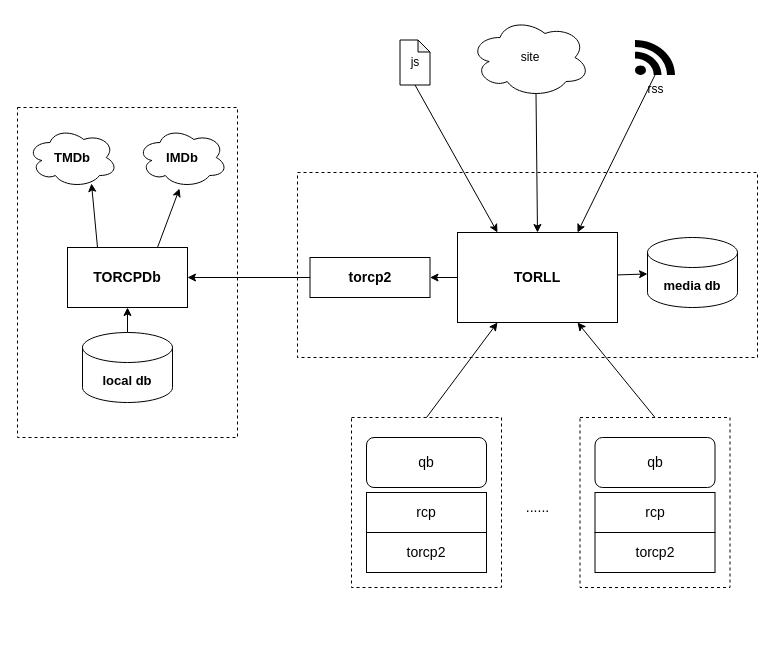
This is torcpdb.drawio from ccf-2012/torcpdb, a draw.io file, before an edit. Source tidied: cells renumbered, new cells numbered last; positions are measured from the earlier drawing's top-left corner, leaving out a move shared by most shapes. Both pictures are drawn from the tidied source at 100%, with x=0, y=0 at pixel (17, 17).
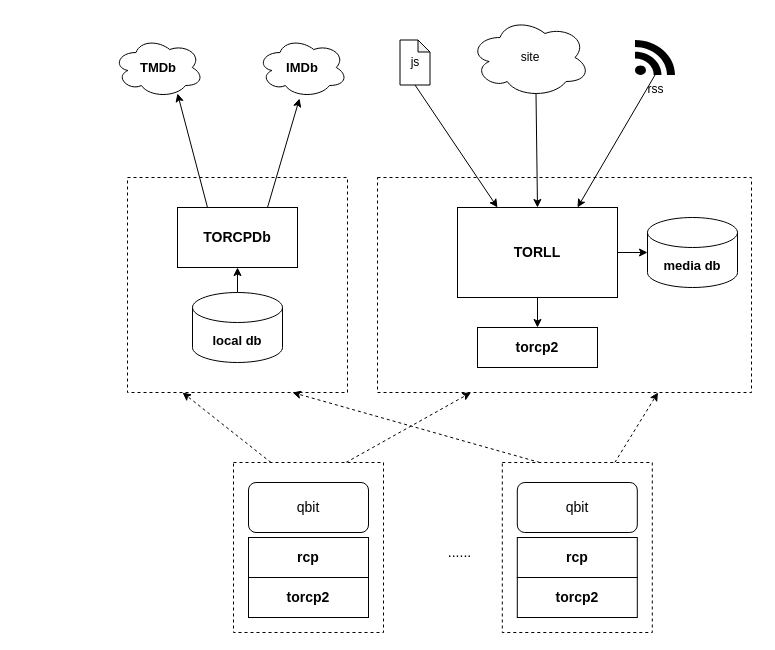
The same diagram, later.

Change to the diagram source:
```diff
@@
     <mxCell id="2" style="rounded=0;whiteSpace=wrap;html=1;dashed=1;fontSize=13;" parent="1" vertex="1">
-      <mxGeometry x="280" y="155" width="460" height="185" as="geometry" />
+      <mxGeometry x="360" y="160" width="374" height="215" as="geometry" />
     </mxCell>
+    <mxCell id="34" style="edgeStyle=none;html=1;exitX=0.25;exitY=0;exitDx=0;exitDy=0;entryX=0.25;entryY=1;entryDx=0;entryDy=0;dashed=1;" parent="1" edge="1" source="3" target="4">
+      <mxGeometry relative="1" as="geometry" />
+    </mxCell>
+    <mxCell id="35" style="edgeStyle=none;html=1;exitX=0.75;exitY=0;exitDx=0;exitDy=0;entryX=0.25;entryY=1;entryDx=0;entryDy=0;dashed=1;" parent="1" edge="1" source="3" target="2">
+      <mxGeometry relative="1" as="geometry" />
+    </mxCell>
     <mxCell id="3" style="rounded=0;whiteSpace=wrap;html=1;dashed=1;" parent="1" vertex="1">
-      <mxGeometry x="334" y="400" width="150" height="170" as="geometry" />
+      <mxGeometry x="216" y="445" width="150" height="170" as="geometry" />
     </mxCell>
     <mxCell id="4" style="rounded=0;whiteSpace=wrap;html=1;dashed=1;" parent="1" vertex="1">
-      <mxGeometry y="90" width="220" height="330" as="geometry" />
+      <mxGeometry x="110" y="160" width="220" height="215" as="geometry" />
     </mxCell>
-    <mxCell id="5" style="edgeStyle=none;html=1;entryX=1;entryY=0.5;entryDx=0;entryDy=0;" parent="1" edge="1" source="6" target="9">
-      <mxGeometry relative="1" as="geometry" />
-    </mxCell>
     <mxCell id="6" value="&lt;b&gt;&lt;font style=&quot;font-size: 14px;&quot;&gt;torcp2&lt;/font&gt;&lt;/b&gt;" style="rounded=0;whiteSpace=wrap;html=1;" parent="1" vertex="1">
-      <mxGeometry x="292.5" y="240" width="120" height="40" as="geometry" />
+      <mxGeometry x="460" y="310" width="120" height="40" as="geometry" />
     </mxCell>
@@
     <mxCell id="9" value="TORCPDb" style="rounded=0;whiteSpace=wrap;html=1;fontStyle=1;fontSize=14;" parent="1" vertex="1">
-      <mxGeometry x="50" y="230" width="120" height="60" as="geometry" />
+      <mxGeometry x="160" y="190" width="120" height="60" as="geometry" />
     </mxCell>
@@
     <mxCell id="11" value="local db" style="shape=cylinder3;whiteSpace=wrap;html=1;boundedLbl=1;backgroundOutline=1;size=15;fontStyle=1;fontSize=13;" parent="1" vertex="1">
-      <mxGeometry x="65" y="315" width="90" height="70" as="geometry" />
+      <mxGeometry x="175" y="275" width="90" height="70" as="geometry" />
     </mxCell>
     <mxCell id="12" value="TMDb" style="ellipse;shape=cloud;whiteSpace=wrap;html=1;fontStyle=1;fontSize=13;" parent="1" vertex="1">
-      <mxGeometry x="10" y="110" width="90" height="60" as="geometry" />
+      <mxGeometry x="96" y="20" width="90" height="60" as="geometry" />
     </mxCell>
     <mxCell id="13" value="IMDb" style="ellipse;shape=cloud;whiteSpace=wrap;html=1;fontStyle=1;fontSize=13;" parent="1" vertex="1">
-      <mxGeometry x="120" y="110" width="90" height="60" as="geometry" />
+      <mxGeometry x="240" y="20" width="90" height="60" as="geometry" />
     </mxCell>
-    <mxCell id="14" style="edgeStyle=none;html=1;exitX=0;exitY=0.5;exitDx=0;exitDy=0;entryX=1;entryY=0.5;entryDx=0;entryDy=0;" parent="1" edge="1" source="17" target="6">
+    <mxCell id="14" style="edgeStyle=none;html=1;exitX=0.5;exitY=1;exitDx=0;exitDy=0;entryX=0.5;entryY=0;entryDx=0;entryDy=0;" parent="1" edge="1" source="17" target="6">
       <mxGeometry relative="1" as="geometry" />
     </mxCell>
@@
-    <mxCell id="16" style="edgeStyle=none;html=1;exitX=0.5;exitY=0;exitDx=0;exitDy=0;entryX=0.25;entryY=1;entryDx=0;entryDy=0;" parent="1" edge="1" source="3" target="17">
-      <mxGeometry relative="1" as="geometry" />
-    </mxCell>
     <mxCell id="17" value="&lt;b&gt;&lt;font style=&quot;font-size: 14px;&quot;&gt;TORLL&lt;/font&gt;&lt;/b&gt;" style="rounded=0;whiteSpace=wrap;html=1;" parent="1" vertex="1">
-      <mxGeometry x="440" y="215" width="160" height="90" as="geometry" />
+      <mxGeometry x="440" y="190" width="160" height="90" as="geometry" />
     </mxCell>
@@
     <mxCell id="24" value="media db" style="shape=cylinder3;whiteSpace=wrap;html=1;boundedLbl=1;backgroundOutline=1;size=15;fontStyle=1;fontSize=13;" parent="1" vertex="1">
-      <mxGeometry x="630" y="220" width="90" height="70" as="geometry" />
+      <mxGeometry x="630" y="200" width="90" height="70" as="geometry" />
     </mxCell>
-    <mxCell id="25" value="rcp" style="rounded=0;whiteSpace=wrap;html=1;fontStyle=0;fontSize=14;" parent="1" vertex="1">
-      <mxGeometry x="349" y="475" width="120" height="40" as="geometry" />
+    <mxCell id="25" value="rcp" style="rounded=0;whiteSpace=wrap;html=1;fontStyle=1;fontSize=14;" parent="1" vertex="1">
+      <mxGeometry x="231" y="520" width="120" height="40" as="geometry" />
     </mxCell>
-    <mxCell id="26" value="qb" style="rounded=1;whiteSpace=wrap;html=1;fontStyle=0;fontSize=14;" parent="1" vertex="1">
-      <mxGeometry x="349" y="420" width="120" height="50" as="geometry" />
+    <mxCell id="26" value="qbit" style="rounded=1;whiteSpace=wrap;html=1;fontStyle=0;fontSize=14;" parent="1" vertex="1">
+      <mxGeometry x="231" y="465" width="120" height="50" as="geometry" />
     </mxCell>
-    <mxCell id="27" style="edgeStyle=none;html=1;exitX=0.5;exitY=0;exitDx=0;exitDy=0;entryX=0.75;entryY=1;entryDx=0;entryDy=0;" parent="1" edge="1" source="30" target="17">
-      <mxGeometry relative="1" as="geometry" />
-    </mxCell>
     <mxCell id="28" value="......" style="text;html=1;align=center;verticalAlign=middle;strokeColor=none;fillColor=none;fontSize=14;" parent="1" vertex="1">
-      <mxGeometry x="495" y="475" width="50" height="30" as="geometry" />
+      <mxGeometry x="417.2" y="520" width="50" height="30" as="geometry" />
     </mxCell>
-    <mxCell id="29" value="torcp2" style="rounded=0;whiteSpace=wrap;html=1;fontStyle=0;fontSize=14;" parent="1" vertex="1">
-      <mxGeometry x="349" y="515" width="120" height="40" as="geometry" />
+    <mxCell id="29" value="torcp2" style="rounded=0;whiteSpace=wrap;html=1;fontStyle=1;fontSize=14;" parent="1" vertex="1">
+      <mxGeometry x="231" y="560" width="120" height="40" as="geometry" />
     </mxCell>
+    <mxCell id="36" style="edgeStyle=none;html=1;exitX=0.75;exitY=0;exitDx=0;exitDy=0;entryX=0.75;entryY=1;entryDx=0;entryDy=0;dashed=1;" parent="1" edge="1" source="30" target="2">
+      <mxGeometry relative="1" as="geometry" />
+    </mxCell>
+    <mxCell id="37" style="edgeStyle=none;html=1;exitX=0.25;exitY=0;exitDx=0;exitDy=0;entryX=0.75;entryY=1;entryDx=0;entryDy=0;dashed=1;" parent="1" edge="1" source="30" target="4">
+      <mxGeometry relative="1" as="geometry" />
+    </mxCell>
     <mxCell id="30" style="rounded=0;whiteSpace=wrap;html=1;dashed=1;" parent="1" vertex="1">
-      <mxGeometry x="562.5" y="400" width="150" height="170" as="geometry" />
+      <mxGeometry x="484.8" y="445" width="150" height="170" as="geometry" />
     </mxCell>
-    <mxCell id="31" value="rcp" style="rounded=0;whiteSpace=wrap;html=1;fontStyle=0;fontSize=14;" parent="1" vertex="1">
-      <mxGeometry x="577.5" y="475" width="120" height="40" as="geometry" />
+    <mxCell id="31" value="rcp" style="rounded=0;whiteSpace=wrap;html=1;fontStyle=1;fontSize=14;" parent="1" vertex="1">
+      <mxGeometry x="499.8" y="520" width="120" height="40" as="geometry" />
     </mxCell>
-    <mxCell id="32" value="qb" style="rounded=1;whiteSpace=wrap;html=1;fontStyle=0;fontSize=14;" parent="1" vertex="1">
-      <mxGeometry x="577.5" y="420" width="120" height="50" as="geometry" />
+    <mxCell id="32" value="qbit" style="rounded=1;whiteSpace=wrap;html=1;fontStyle=0;fontSize=14;" parent="1" vertex="1">
+      <mxGeometry x="499.8" y="465" width="120" height="50" as="geometry" />
     </mxCell>
-    <mxCell id="33" value="torcp2" style="rounded=0;whiteSpace=wrap;html=1;fontStyle=0;fontSize=14;" parent="1" vertex="1">
-      <mxGeometry x="577.5" y="515" width="120" height="40" as="geometry" />
+    <mxCell id="33" value="torcp2" style="rounded=0;whiteSpace=wrap;html=1;fontStyle=1;fontSize=14;" parent="1" vertex="1">
+      <mxGeometry x="499.8" y="560" width="120" height="40" as="geometry" />
     </mxCell>
```
